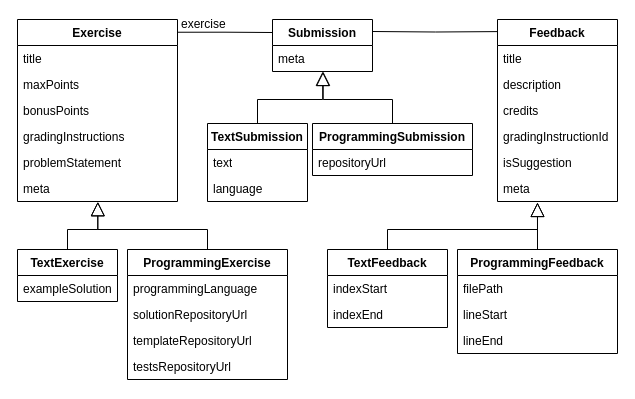
This is page "athena" (2 of 2) of figures/src/db-class-diagram.drawio from pal03377/master-thesis, a draw.io file, before an edit. Source tidied: cells renumbered, new cells numbered last; positions are measured from the earlier drawing's top-left corner, leaving out a move shared by most shapes. Both pictures are drawn from the tidied source at 100%, with x=0, y=0 at pixel (17, 17).
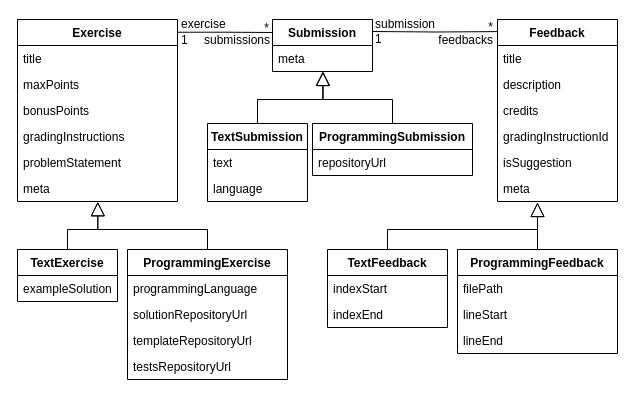
Above is the later version.

What changed in the source:
```diff
@@
+    <mxCell id="46" value="submissions" style="text;html=1;strokeColor=none;fillColor=none;align=right;verticalAlign=middle;whiteSpace=wrap;rounded=0;" parent="1" vertex="1">
+      <mxGeometry x="205" y="16" width="50" height="14" as="geometry" />
+    </mxCell>
+    <mxCell id="47" value="submission" style="text;html=1;strokeColor=none;fillColor=none;align=left;verticalAlign=middle;whiteSpace=wrap;rounded=0;" parent="1" vertex="1">
+      <mxGeometry x="356" width="65" height="14" as="geometry" />
+    </mxCell>
+    <mxCell id="48" value="feedbacks" style="text;html=1;strokeColor=none;fillColor=none;align=right;verticalAlign=middle;whiteSpace=wrap;rounded=0;" parent="1" vertex="1">
+      <mxGeometry x="413" y="16" width="65" height="14" as="geometry" />
+    </mxCell>
+    <mxCell id="49" value="*" style="text;html=1;strokeColor=none;fillColor=none;align=right;verticalAlign=middle;whiteSpace=wrap;rounded=0;" parent="1" vertex="1">
+      <mxGeometry x="460" y="3" width="18" height="14" as="geometry" />
+    </mxCell>
+    <mxCell id="50" value="1" style="text;html=1;strokeColor=none;fillColor=none;align=left;verticalAlign=middle;whiteSpace=wrap;rounded=0;" parent="1" vertex="1">
+      <mxGeometry x="356" y="15" width="65" height="14" as="geometry" />
+    </mxCell>
+    <mxCell id="51" value="1" style="text;html=1;strokeColor=none;fillColor=none;align=left;verticalAlign=middle;whiteSpace=wrap;rounded=0;" parent="1" vertex="1">
+      <mxGeometry x="162" y="16" width="65" height="14" as="geometry" />
+    </mxCell>
+    <mxCell id="52" value="*" style="text;html=1;strokeColor=none;fillColor=none;align=right;verticalAlign=middle;whiteSpace=wrap;rounded=0;" parent="1" vertex="1">
+      <mxGeometry x="239" y="4" width="15" height="14" as="geometry" />
+    </mxCell>
```
